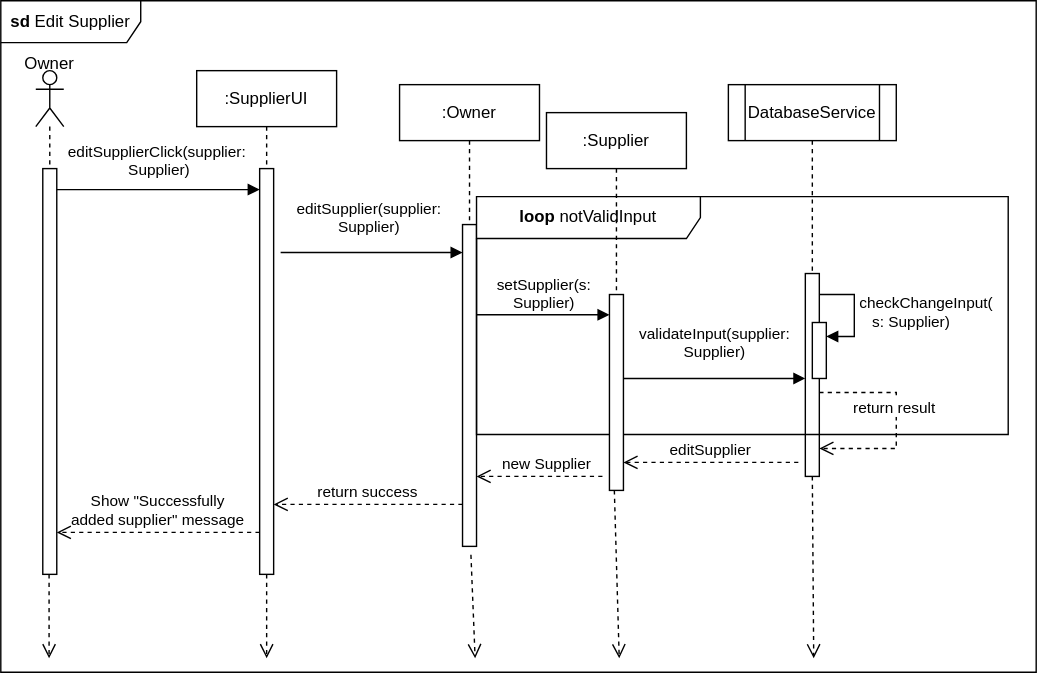
The draw.io diagram edit_sup.svg in Simamkele88/IFM3_GP, before a commit. Source tidied: cells renumbered, new cells last; positions are measured from the earlier drawing's top-left corner, leaving out a move shared by most shapes.
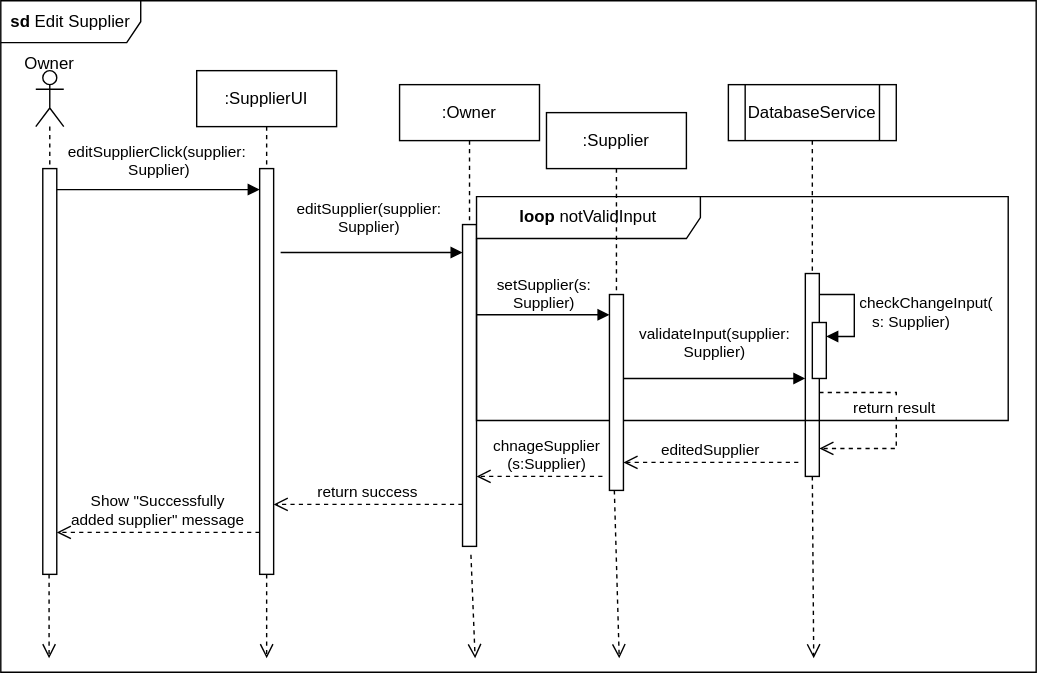
After the commit.

What changed in the source:
```diff
@@ -61,9 +61,9 @@
       <mxGeometry x="5" y="30" width="60" height="30" as="geometry" />
     </mxCell>
     <mxCell id="17" value="&lt;b&gt;loop&lt;/b&gt; notValidInput" style="shape=umlFrame;whiteSpace=wrap;html=1;width=160;" parent="1" vertex="1">
-      <mxGeometry x="340" y="140" width="380" height="170" as="geometry" />
+      <mxGeometry x="340" y="140" width="380" height="160" as="geometry" />
     </mxCell>
-    <mxCell id="18" value="editSupplier" style="html=1;verticalAlign=bottom;endArrow=open;dashed=1;endSize=8;curved=0;rounded=0;" parent="17" edge="1" target="26">
+    <mxCell id="18" value="editedSupplier" style="html=1;verticalAlign=bottom;endArrow=open;dashed=1;endSize=8;curved=0;rounded=0;" parent="17" edge="1" target="26">
       <mxGeometry relative="1" as="geometry">
         <mxPoint x="230" y="190" as="sourcePoint" />
       </mxGeometry>
@@ -74,7 +74,7 @@
         <mxPoint x="241" y="330" as="targetPoint" />
       </mxGeometry>
     </mxCell>
-    <mxCell id="20" value="new Supplier" style="html=1;verticalAlign=bottom;endArrow=open;dashed=1;endSize=8;curved=0;rounded=0;" parent="17" edge="1" target="9">
+    <mxCell id="20" value="chnageSupplier&lt;div&gt;(s:Supplier)&lt;/div&gt;" style="html=1;verticalAlign=bottom;endArrow=open;dashed=1;endSize=8;curved=0;rounded=0;" parent="17" edge="1" target="9">
       <mxGeometry x="-0.11" relative="1" as="geometry">
         <mxPoint x="90" y="200" as="sourcePoint" />
       </mxGeometry>
```
